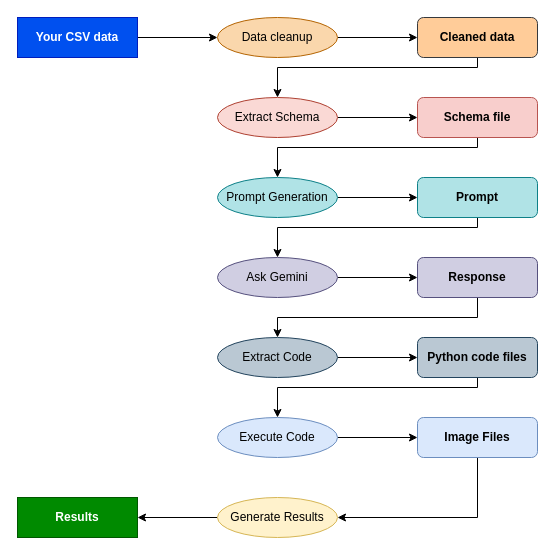
The draw.io diagram static/Data_Flow.drawio in amritpandey23/ask_your_data, before the edit. Source tidied: cells renumbered, new cells numbered last; positions are measured from the earlier drawing's top-left corner, leaving out a move shared by most shapes. Both pictures are drawn from the tidied source at 100%, with x=0, y=0 at pixel (17, 17).
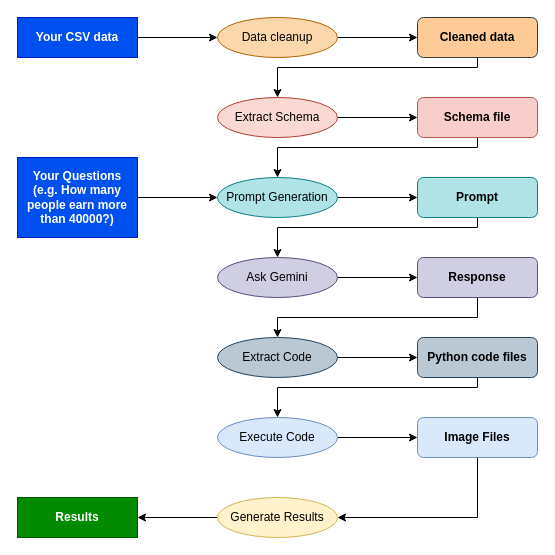
The same page after the edit.

Unchanged cells that the change refers to:
```xml
<mxCell id="11" value="Prompt Generation" style="ellipse;whiteSpace=wrap;html=1;fillColor=#b0e3e6;strokeColor=#0e8088;" parent="1" vertex="1">
  <mxGeometry x="200" y="160" width="120" height="40" as="geometry" />
</mxCell>
```

Diff of the diagram source:
```diff
@@
+    <mxCell id="31" style="edgeStyle=orthogonalEdgeStyle;rounded=0;jettySize=auto;html=1;entryX=0;entryY=0.5;entryDx=0;entryDy=0;" parent="1" edge="1" source="32" target="11">
+      <mxGeometry relative="1" as="geometry" />
+    </mxCell>
+    <mxCell id="32" value="Your Questions&lt;br&gt;(e.g. How many people earn more than 40000?)" style="rounded=0;whiteSpace=wrap;html=1;fillColor=#0050ef;fontColor=#ffffff;strokeColor=#001DBC;fontStyle=1;" parent="1" vertex="1">
+      <mxGeometry y="140" width="120" height="80" as="geometry" />
+    </mxCell>
```
